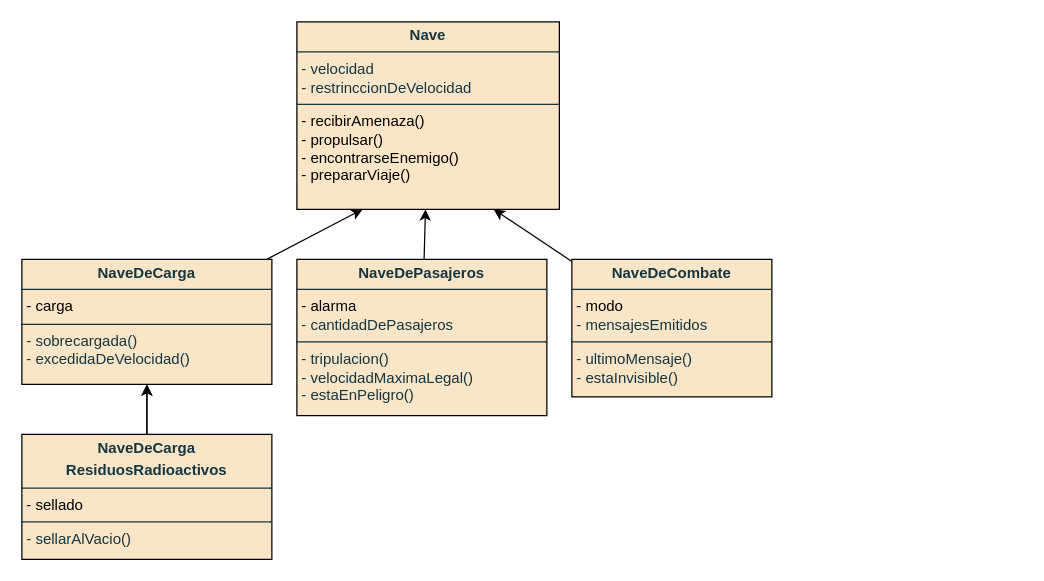
This is naves-espaciales-Erickvicio.drawio from obj1unq/naves-espaciales-Erickvicio, a draw.io file, before an edit. Source tidied: cells renumbered, new cells numbered last; positions are measured from the earlier drawing's top-left corner, leaving out a move shared by most shapes. Both pictures are drawn from the tidied source at 125%, with x=0, y=0 at pixel (21, 21).
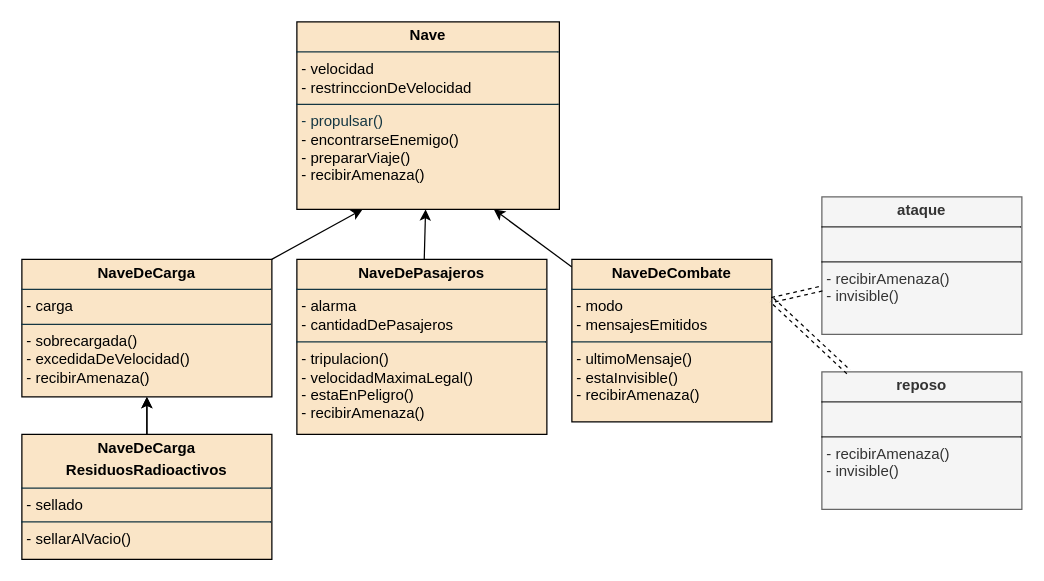
After the change.

Commit message (it also covers changes not shown here):
UML actualizado

Change to the diagram source:
```diff
@@
 <mxGraphModel>
   <root>
     <mxCell id="0" />
     <mxCell id="1" parent="0" />
     <mxCell id="2" style="rounded=0;jettySize=auto;html=1;entryX=0.25;entryY=1;entryDx=0;entryDy=0;strokeColor=#000000;fontColor=#143642;fillColor=#FAE5C7;" parent="1" edge="1" source="3" target="8">
       <mxGeometry relative="1" as="geometry" />
     </mxCell>
-    <mxCell id="3" value="&lt;p style=&quot;margin:0px;margin-top:4px;text-align:center;&quot;&gt;&lt;b&gt;&lt;font face=&quot;Monocraft&quot;&gt;NaveDeCarga&lt;/font&gt;&lt;/b&gt;&lt;/p&gt;&lt;hr size=&quot;1&quot; style=&quot;border-style:solid;&quot;&gt;&lt;p style=&quot;margin:0px;margin-left:4px;&quot;&gt;&lt;span style=&quot;background-color: transparent; color: light-dark(rgb(0, 0, 0), rgb(255, 255, 255));&quot;&gt;&lt;font face=&quot;Monocraft&quot;&gt;- carga&lt;/font&gt;&lt;/span&gt;&lt;/p&gt;&lt;hr size=&quot;1&quot; style=&quot;border-style:solid;&quot;&gt;&lt;p style=&quot;margin:0px;margin-left:4px;&quot;&gt;&lt;font face=&quot;Monocraft&quot;&gt;- sobrecargada()&lt;/font&gt;&lt;/p&gt;&lt;p style=&quot;margin:0px;margin-left:4px;&quot;&gt;&lt;font face=&quot;Monocraft&quot;&gt;- excedidaDeVelocidad()&lt;/font&gt;&lt;/p&gt;" style="verticalAlign=top;align=left;overflow=fill;html=1;whiteSpace=wrap;labelBackgroundColor=none;fillColor=#FAE5C7;strokeColor=#000000;fontColor=#143642;rounded=0;" parent="1" vertex="1">
-      <mxGeometry y="190" width="200" height="100" as="geometry" />
+    <mxCell id="3" value="&lt;p style=&quot;margin:0px;margin-top:4px;text-align:center;&quot;&gt;&lt;b&gt;&lt;font style=&quot;color: rgb(0, 0, 0);&quot; face=&quot;Monocraft&quot;&gt;NaveDeCarga&lt;/font&gt;&lt;/b&gt;&lt;/p&gt;&lt;hr size=&quot;1&quot; style=&quot;border-style:solid;&quot;&gt;&lt;p style=&quot;margin:0px;margin-left:4px;&quot;&gt;&lt;span style=&quot;background-color: transparent;&quot;&gt;&lt;font style=&quot;color: rgb(0, 0, 0);&quot; face=&quot;Monocraft&quot;&gt;- carga&lt;/font&gt;&lt;/span&gt;&lt;/p&gt;&lt;hr size=&quot;1&quot; style=&quot;border-style:solid;&quot;&gt;&lt;p style=&quot;margin:0px;margin-left:4px;&quot;&gt;&lt;font style=&quot;color: rgb(0, 0, 0);&quot; face=&quot;Monocraft&quot;&gt;- sobrecargada()&lt;/font&gt;&lt;/p&gt;&lt;p style=&quot;margin:0px;margin-left:4px;&quot;&gt;&lt;font style=&quot;color: rgb(0, 0, 0);&quot; face=&quot;Monocraft&quot;&gt;- excedidaDeVelocidad()&lt;/font&gt;&lt;/p&gt;&lt;p style=&quot;margin:0px;margin-left:4px;&quot;&gt;&lt;font style=&quot;color: rgb(0, 0, 0);&quot; face=&quot;Monocraft&quot;&gt;&lt;/font&gt;&lt;/p&gt;&lt;p style=&quot;margin: 0px 0px 0px 4px;&quot;&gt;&lt;span style=&quot;background-color: transparent;&quot;&gt;&lt;font style=&quot;color: rgb(0, 0, 0);&quot; face=&quot;Monocraft&quot;&gt;- recibirAmenaza()&lt;/font&gt;&lt;/span&gt;&lt;/p&gt;&lt;div&gt;&lt;span style=&quot;background-color: transparent;&quot;&gt;&lt;font style=&quot;color: rgb(0, 0, 0);&quot; face=&quot;Monocraft&quot;&gt;&lt;br&gt;&lt;/font&gt;&lt;/span&gt;&lt;/div&gt;" style="verticalAlign=top;align=left;overflow=fill;html=1;whiteSpace=wrap;labelBackgroundColor=none;fillColor=#FAE5C7;strokeColor=#000000;fontColor=#143642;rounded=0;" parent="1" vertex="1">
+      <mxGeometry y="190" width="200" height="110" as="geometry" />
     </mxCell>
     <mxCell id="4" style="rounded=0;jettySize=auto;html=1;strokeColor=#000000;fontColor=#143642;fillColor=#FAE5C7;" parent="1" edge="1" source="5" target="8">
       <mxGeometry relative="1" as="geometry" />
     </mxCell>
-    <mxCell id="5" value="&lt;p style=&quot;margin:0px;margin-top:4px;text-align:center;&quot;&gt;&lt;b&gt;&lt;font face=&quot;Monocraft&quot;&gt;NaveDePasajeros&lt;/font&gt;&lt;/b&gt;&lt;/p&gt;&lt;hr size=&quot;1&quot; style=&quot;border-style:solid;&quot;&gt;&lt;p style=&quot;margin:0px;margin-left:4px;&quot;&gt;&lt;span style=&quot;background-color: transparent; color: light-dark(rgb(0, 0, 0), rgb(255, 255, 255));&quot;&gt;&lt;font face=&quot;Monocraft&quot;&gt;- alarma&lt;/font&gt;&lt;/span&gt;&lt;/p&gt;&lt;p style=&quot;margin:0px;margin-left:4px;&quot;&gt;&lt;font face=&quot;Monocraft&quot;&gt;- cantidadDePasajeros&lt;/font&gt;&lt;/p&gt;&lt;hr size=&quot;1&quot; style=&quot;border-style:solid;&quot;&gt;&lt;p style=&quot;margin:0px;margin-left:4px;&quot;&gt;&lt;font face=&quot;Monocraft&quot;&gt;- tripulacion()&lt;/font&gt;&lt;/p&gt;&lt;p style=&quot;margin:0px;margin-left:4px;&quot;&gt;&lt;font face=&quot;Monocraft&quot;&gt;- velocidadMaximaLegal()&lt;/font&gt;&lt;/p&gt;&lt;p style=&quot;margin:0px;margin-left:4px;&quot;&gt;&lt;font face=&quot;Monocraft&quot;&gt;- estaEnPeligro()&lt;/font&gt;&lt;/p&gt;" style="verticalAlign=top;align=left;overflow=fill;html=1;whiteSpace=wrap;labelBackgroundColor=none;fillColor=#FAE5C7;strokeColor=#000000;fontColor=#143642;rounded=0;" parent="1" vertex="1">
-      <mxGeometry x="220" y="190" width="200" height="125" as="geometry" />
+    <mxCell id="5" value="&lt;p style=&quot;margin:0px;margin-top:4px;text-align:center;&quot;&gt;&lt;b&gt;&lt;font style=&quot;color: rgb(0, 0, 0);&quot; face=&quot;Monocraft&quot;&gt;NaveDePasajeros&lt;/font&gt;&lt;/b&gt;&lt;/p&gt;&lt;hr size=&quot;1&quot; style=&quot;border-style:solid;&quot;&gt;&lt;p style=&quot;margin:0px;margin-left:4px;&quot;&gt;&lt;span style=&quot;background-color: transparent;&quot;&gt;&lt;font style=&quot;color: rgb(0, 0, 0);&quot; face=&quot;Monocraft&quot;&gt;- alarma&lt;/font&gt;&lt;/span&gt;&lt;/p&gt;&lt;p style=&quot;margin:0px;margin-left:4px;&quot;&gt;&lt;font style=&quot;color: rgb(0, 0, 0);&quot; face=&quot;Monocraft&quot;&gt;- cantidadDePasajeros&lt;/font&gt;&lt;/p&gt;&lt;hr size=&quot;1&quot; style=&quot;border-style:solid;&quot;&gt;&lt;p style=&quot;margin:0px;margin-left:4px;&quot;&gt;&lt;font style=&quot;color: rgb(0, 0, 0);&quot; face=&quot;Monocraft&quot;&gt;- tripulacion()&lt;/font&gt;&lt;/p&gt;&lt;p style=&quot;margin:0px;margin-left:4px;&quot;&gt;&lt;font style=&quot;color: rgb(0, 0, 0);&quot; face=&quot;Monocraft&quot;&gt;- velocidadMaximaLegal()&lt;/font&gt;&lt;/p&gt;&lt;p style=&quot;margin:0px;margin-left:4px;&quot;&gt;&lt;font style=&quot;color: rgb(0, 0, 0);&quot; face=&quot;Monocraft&quot;&gt;- estaEnPeligro()&lt;/font&gt;&lt;/p&gt;&lt;p style=&quot;margin:0px;margin-left:4px;&quot;&gt;&lt;font style=&quot;color: rgb(0, 0, 0);&quot; face=&quot;Monocraft&quot;&gt;&lt;/font&gt;&lt;/p&gt;&lt;p style=&quot;margin: 0px 0px 0px 4px;&quot;&gt;&lt;span style=&quot;background-color: transparent;&quot;&gt;&lt;font style=&quot;color: rgb(0, 0, 0);&quot; face=&quot;Monocraft&quot;&gt;- recibirAmenaza()&lt;/font&gt;&lt;/span&gt;&lt;/p&gt;&lt;div&gt;&lt;span style=&quot;background-color: transparent;&quot;&gt;&lt;font style=&quot;color: rgb(0, 0, 0);&quot; face=&quot;Monocraft&quot;&gt;&lt;br&gt;&lt;/font&gt;&lt;/span&gt;&lt;/div&gt;" style="verticalAlign=top;align=left;overflow=fill;html=1;whiteSpace=wrap;labelBackgroundColor=none;fillColor=#FAE5C7;strokeColor=#000000;fontColor=#143642;rounded=0;" parent="1" vertex="1">
+      <mxGeometry x="220" y="190" width="200" height="140" as="geometry" />
     </mxCell>
     <mxCell id="6" style="rounded=0;jettySize=auto;html=1;entryX=0.75;entryY=1;entryDx=0;entryDy=0;strokeColor=#000000;fontColor=#143642;fillColor=#FAE5C7;" parent="1" edge="1" source="7" target="8">
       <mxGeometry relative="1" as="geometry" />
     </mxCell>
-    <mxCell id="7" value="&lt;p style=&quot;margin:0px;margin-top:4px;text-align:center;&quot;&gt;&lt;b&gt;&lt;font face=&quot;Monocraft&quot;&gt;NaveDeCombate&lt;/font&gt;&lt;/b&gt;&lt;/p&gt;&lt;hr size=&quot;1&quot; style=&quot;border-style:solid;&quot;&gt;&lt;p style=&quot;margin:0px;margin-left:4px;&quot;&gt;&lt;span style=&quot;background-color: transparent; color: light-dark(rgb(0, 0, 0), rgb(255, 255, 255));&quot;&gt;&lt;font face=&quot;Monocraft&quot;&gt;- modo&lt;/font&gt;&lt;/span&gt;&lt;/p&gt;&lt;p style=&quot;margin:0px;margin-left:4px;&quot;&gt;&lt;font face=&quot;Monocraft&quot;&gt;- mensajesEmitidos&lt;/font&gt;&lt;/p&gt;&lt;hr size=&quot;1&quot; style=&quot;border-style:solid;&quot;&gt;&lt;p style=&quot;margin:0px;margin-left:4px;&quot;&gt;&lt;font face=&quot;Monocraft&quot;&gt;- ultimoMensaje()&lt;/font&gt;&lt;/p&gt;&lt;p style=&quot;margin:0px;margin-left:4px;&quot;&gt;&lt;font face=&quot;Monocraft&quot;&gt;- estaInvisible()&lt;/font&gt;&lt;/p&gt;" style="verticalAlign=top;align=left;overflow=fill;html=1;whiteSpace=wrap;labelBackgroundColor=none;fillColor=#FAE5C7;strokeColor=#000000;fontColor=#143642;rounded=0;gradientColor=none;" parent="1" vertex="1">
-      <mxGeometry x="440" y="190" width="160" height="110" as="geometry" />
+    <mxCell id="7" value="&lt;p style=&quot;margin:0px;margin-top:4px;text-align:center;&quot;&gt;&lt;b&gt;&lt;font style=&quot;color: rgb(0, 0, 0);&quot; face=&quot;Monocraft&quot;&gt;NaveDeCombate&lt;/font&gt;&lt;/b&gt;&lt;/p&gt;&lt;hr size=&quot;1&quot; style=&quot;border-style:solid;&quot;&gt;&lt;p style=&quot;margin:0px;margin-left:4px;&quot;&gt;&lt;span style=&quot;background-color: transparent;&quot;&gt;&lt;font style=&quot;color: rgb(0, 0, 0);&quot; face=&quot;Monocraft&quot;&gt;- modo&lt;/font&gt;&lt;/span&gt;&lt;/p&gt;&lt;p style=&quot;margin:0px;margin-left:4px;&quot;&gt;&lt;font style=&quot;color: rgb(0, 0, 0);&quot; face=&quot;Monocraft&quot;&gt;- mensajesEmitidos&lt;/font&gt;&lt;/p&gt;&lt;hr size=&quot;1&quot; style=&quot;border-style:solid;&quot;&gt;&lt;p style=&quot;margin:0px;margin-left:4px;&quot;&gt;&lt;font style=&quot;color: rgb(0, 0, 0);&quot; face=&quot;Monocraft&quot;&gt;- ultimoMensaje()&lt;/font&gt;&lt;/p&gt;&lt;p style=&quot;margin:0px;margin-left:4px;&quot;&gt;&lt;font style=&quot;color: rgb(0, 0, 0);&quot; face=&quot;Monocraft&quot;&gt;- estaInvisible()&lt;/font&gt;&lt;/p&gt;&lt;p style=&quot;margin:0px;margin-left:4px;&quot;&gt;&lt;font style=&quot;color: rgb(0, 0, 0);&quot; face=&quot;Monocraft&quot;&gt;&lt;/font&gt;&lt;/p&gt;&lt;p style=&quot;margin: 0px 0px 0px 4px;&quot;&gt;&lt;span style=&quot;background-color: transparent;&quot;&gt;&lt;font style=&quot;color: rgb(0, 0, 0);&quot; face=&quot;Monocraft&quot;&gt;- recibirAmenaza()&lt;/font&gt;&lt;/span&gt;&lt;/p&gt;&lt;div&gt;&lt;span style=&quot;background-color: transparent;&quot;&gt;&lt;font style=&quot;color: rgb(0, 0, 0);&quot; face=&quot;Monocraft&quot;&gt;&lt;br&gt;&lt;/font&gt;&lt;/span&gt;&lt;/div&gt;" style="verticalAlign=top;align=left;overflow=fill;html=1;whiteSpace=wrap;labelBackgroundColor=none;fillColor=#FAE5C7;strokeColor=#000000;fontColor=#143642;rounded=0;gradientColor=none;" parent="1" vertex="1">
+      <mxGeometry x="440" y="190" width="160" height="130" as="geometry" />
     </mxCell>
-    <mxCell id="8" value="&lt;p style=&quot;margin:0px;margin-top:4px;text-align:center;&quot;&gt;&lt;b&gt;&lt;font face=&quot;Monocraft&quot;&gt;Nave&lt;/font&gt;&lt;/b&gt;&lt;/p&gt;&lt;hr size=&quot;1&quot; style=&quot;border-style:solid;&quot;&gt;&lt;p style=&quot;margin:0px;margin-left:4px;&quot;&gt;&lt;font face=&quot;Monocraft&quot;&gt;- velocidad&lt;/font&gt;&lt;/p&gt;&lt;p style=&quot;margin:0px;margin-left:4px;&quot;&gt;&lt;font face=&quot;Monocraft&quot;&gt;- restrinccionDeVelocidad&lt;/font&gt;&lt;/p&gt;&lt;hr size=&quot;1&quot; style=&quot;border-style:solid;&quot;&gt;&lt;p style=&quot;margin:0px;margin-left:4px;&quot;&gt;&lt;span style=&quot;background-color: transparent; color: light-dark(rgb(0, 0, 0), rgb(255, 255, 255));&quot;&gt;&lt;font face=&quot;Monocraft&quot;&gt;- recibirAmenaza()&lt;/font&gt;&lt;/span&gt;&lt;/p&gt;&lt;p style=&quot;margin:0px;margin-left:4px;&quot;&gt;&lt;span style=&quot;background-color: transparent; color: light-dark(rgb(0, 0, 0), rgb(255, 255, 255));&quot;&gt;&lt;font face=&quot;Monocraft&quot;&gt;- propulsar()&lt;/font&gt;&lt;/span&gt;&lt;/p&gt;&lt;p style=&quot;margin:0px;margin-left:4px;&quot;&gt;&lt;span style=&quot;background-color: transparent; color: light-dark(rgb(0, 0, 0), rgb(255, 255, 255));&quot;&gt;&lt;font face=&quot;Monocraft&quot;&gt;- encontrarseEnemigo()&lt;/font&gt;&lt;/span&gt;&lt;/p&gt;&lt;p style=&quot;margin:0px;margin-left:4px;&quot;&gt;&lt;font face=&quot;Monocraft&quot; color=&quot;#000000&quot;&gt;- prepararViaje()&lt;/font&gt;&lt;/p&gt;" style="verticalAlign=top;align=left;overflow=fill;html=1;whiteSpace=wrap;labelBackgroundColor=none;fillColor=#FAE5C7;strokeColor=#000000;fontColor=#143642;rounded=0;" parent="1" vertex="1">
+    <mxCell id="8" value="&lt;p style=&quot;margin:0px;margin-top:4px;text-align:center;&quot;&gt;&lt;b&gt;&lt;font style=&quot;color: rgb(0, 0, 0);&quot; face=&quot;Monocraft&quot;&gt;Nave&lt;/font&gt;&lt;/b&gt;&lt;/p&gt;&lt;hr size=&quot;1&quot; style=&quot;border-style:solid;&quot;&gt;&lt;p style=&quot;margin:0px;margin-left:4px;&quot;&gt;&lt;font style=&quot;color: rgb(0, 0, 0);&quot; face=&quot;Monocraft&quot;&gt;- velocidad&lt;/font&gt;&lt;/p&gt;&lt;p style=&quot;margin:0px;margin-left:4px;&quot;&gt;&lt;font style=&quot;color: rgb(0, 0, 0);&quot; face=&quot;Monocraft&quot;&gt;- restrinccionDeVelocidad&lt;/font&gt;&lt;/p&gt;&lt;hr size=&quot;1&quot; style=&quot;border-style:solid;&quot;&gt;&lt;p style=&quot;margin:0px;margin-left:4px;&quot;&gt;&lt;span style=&quot;font-family: Monocraft; background-color: transparent;&quot;&gt;- propulsar()&lt;/span&gt;&lt;/p&gt;&lt;p style=&quot;margin:0px;margin-left:4px;&quot;&gt;&lt;span style=&quot;background-color: transparent;&quot;&gt;&lt;font style=&quot;color: rgb(0, 0, 0);&quot; face=&quot;Monocraft&quot;&gt;- encontrarseEnemigo()&lt;/font&gt;&lt;/span&gt;&lt;/p&gt;&lt;p style=&quot;margin:0px;margin-left:4px;&quot;&gt;&lt;font style=&quot;color: rgb(0, 0, 0);&quot; face=&quot;Monocraft&quot;&gt;- prepararViaje()&lt;/font&gt;&lt;/p&gt;&lt;p style=&quot;margin:0px;margin-left:4px;&quot;&gt;&lt;font style=&quot;color: rgb(0, 0, 0);&quot; face=&quot;Monocraft&quot;&gt;- recibirAmenaza()&lt;/font&gt;&lt;/p&gt;" style="verticalAlign=top;align=left;overflow=fill;html=1;whiteSpace=wrap;labelBackgroundColor=none;fillColor=#FAE5C7;strokeColor=#000000;fontColor=#143642;rounded=0;" parent="1" vertex="1">
       <mxGeometry x="220" width="210" height="150" as="geometry" />
     </mxCell>
     <mxCell id="9" style="edgeStyle=orthogonalEdgeStyle;rounded=0;jettySize=auto;html=1;strokeColor=#000000;fontColor=#143642;fillColor=#FAE5C7;" parent="1" edge="1" source="11" target="3">
       <mxGeometry relative="1" as="geometry" />
     </mxCell>
     <mxCell id="10" style="edgeStyle=orthogonalEdgeStyle;rounded=0;jettySize=auto;html=1;strokeColor=#000000;fontColor=#143642;fillColor=#FAE5C7;" parent="1" edge="1" source="11" target="3">
       <mxGeometry relative="1" as="geometry" />
     </mxCell>
-    <mxCell id="11" value="&lt;p style=&quot;margin:0px;margin-top:4px;text-align:center;&quot;&gt;&lt;b&gt;&lt;font face=&quot;Monocraft&quot;&gt;NaveDeCarga&lt;/font&gt;&lt;/b&gt;&lt;/p&gt;&lt;p style=&quot;margin:0px;margin-top:4px;text-align:center;&quot;&gt;&lt;b&gt;&lt;font face=&quot;Monocraft&quot;&gt;ResiduosRadioactivos&lt;/font&gt;&lt;/b&gt;&lt;/p&gt;&lt;hr size=&quot;1&quot; style=&quot;border-style:solid;&quot;&gt;&lt;p style=&quot;margin:0px;margin-left:4px;&quot;&gt;&lt;span style=&quot;background-color: transparent; color: light-dark(rgb(0, 0, 0), rgb(255, 255, 255));&quot;&gt;&lt;font face=&quot;Monocraft&quot;&gt;- sellado&lt;/font&gt;&lt;/span&gt;&lt;/p&gt;&lt;hr size=&quot;1&quot; style=&quot;border-style:solid;&quot;&gt;&lt;p style=&quot;margin:0px;margin-left:4px;&quot;&gt;&lt;font face=&quot;Monocraft&quot;&gt;- sellarAlVacio()&lt;/font&gt;&lt;/p&gt;" style="verticalAlign=top;align=left;overflow=fill;html=1;whiteSpace=wrap;labelBackgroundColor=none;fillColor=#FAE5C7;strokeColor=#000000;fontColor=#143642;rounded=0;" parent="1" vertex="1">
+    <mxCell id="11" value="&lt;p style=&quot;margin:0px;margin-top:4px;text-align:center;&quot;&gt;&lt;b&gt;&lt;font style=&quot;color: rgb(0, 0, 0);&quot; face=&quot;Monocraft&quot;&gt;NaveDeCarga&lt;/font&gt;&lt;/b&gt;&lt;/p&gt;&lt;p style=&quot;margin:0px;margin-top:4px;text-align:center;&quot;&gt;&lt;b&gt;&lt;font style=&quot;color: rgb(0, 0, 0);&quot; face=&quot;Monocraft&quot;&gt;ResiduosRadioactivos&lt;/font&gt;&lt;/b&gt;&lt;/p&gt;&lt;hr size=&quot;1&quot; style=&quot;border-style:solid;&quot;&gt;&lt;p style=&quot;margin:0px;margin-left:4px;&quot;&gt;&lt;span style=&quot;background-color: transparent;&quot;&gt;&lt;font style=&quot;color: rgb(0, 0, 0);&quot; face=&quot;Monocraft&quot;&gt;- sellado&lt;/font&gt;&lt;/span&gt;&lt;/p&gt;&lt;hr size=&quot;1&quot; style=&quot;border-style:solid;&quot;&gt;&lt;p style=&quot;margin:0px;margin-left:4px;&quot;&gt;&lt;font style=&quot;color: rgb(0, 0, 0);&quot; face=&quot;Monocraft&quot;&gt;- sellarAlVacio()&lt;/font&gt;&lt;/p&gt;" style="verticalAlign=top;align=left;overflow=fill;html=1;whiteSpace=wrap;labelBackgroundColor=none;fillColor=#FAE5C7;strokeColor=#000000;fontColor=#143642;rounded=0;" parent="1" vertex="1">
       <mxGeometry y="330" width="200" height="100" as="geometry" />
     </mxCell>
+    <mxCell id="12" value="&lt;p style=&quot;margin:0px;margin-top:4px;text-align:center;&quot;&gt;&lt;font face=&quot;Monocraft&quot;&gt;&lt;b&gt;reposo&lt;/b&gt;&lt;/font&gt;&lt;/p&gt;&lt;hr size=&quot;1&quot; style=&quot;border-style:solid;&quot;&gt;&lt;p style=&quot;margin:0px;margin-left:4px;&quot;&gt;&lt;br&gt;&lt;/p&gt;&lt;hr size=&quot;1&quot; style=&quot;border-style:solid;&quot;&gt;&lt;p style=&quot;margin:0px;margin-left:4px;&quot;&gt;&lt;font face=&quot;Monocraft&quot;&gt;- recibirAmenaza()&lt;/font&gt;&lt;/p&gt;&lt;p style=&quot;margin:0px;margin-left:4px;&quot;&gt;&lt;font face=&quot;Monocraft&quot;&gt;- invisible()&lt;/font&gt;&lt;/p&gt;" style="verticalAlign=top;align=left;overflow=fill;html=1;whiteSpace=wrap;labelBackgroundColor=none;fillColor=#f5f5f5;strokeColor=#666666;fontColor=#333333;rounded=0;" parent="1" vertex="1">
+      <mxGeometry x="640" y="280" width="160" height="110" as="geometry" />
+    </mxCell>
+    <mxCell id="13" value="&lt;p style=&quot;margin:0px;margin-top:4px;text-align:center;&quot;&gt;&lt;font face=&quot;Monocraft&quot;&gt;&lt;b&gt;ataque&lt;/b&gt;&lt;/font&gt;&lt;/p&gt;&lt;hr size=&quot;1&quot; style=&quot;border-style:solid;&quot;&gt;&lt;p style=&quot;margin:0px;margin-left:4px;&quot;&gt;&lt;br&gt;&lt;/p&gt;&lt;hr size=&quot;1&quot; style=&quot;border-style:solid;&quot;&gt;&lt;p style=&quot;margin:0px;margin-left:4px;&quot;&gt;&lt;font face=&quot;Monocraft&quot;&gt;- recibirAmenaza()&lt;/font&gt;&lt;/p&gt;&lt;p style=&quot;margin:0px;margin-left:4px;&quot;&gt;&lt;font face=&quot;Monocraft&quot;&gt;- invisible()&lt;/font&gt;&lt;/p&gt;" style="verticalAlign=top;align=left;overflow=fill;html=1;whiteSpace=wrap;labelBackgroundColor=none;fillColor=#f5f5f5;strokeColor=#666666;fontColor=#333333;rounded=0;" parent="1" vertex="1">
+      <mxGeometry x="640" y="140" width="160" height="110" as="geometry" />
+    </mxCell>
+    <mxCell id="14" style="html=1;entryX=1;entryY=0.25;entryDx=0;entryDy=0;dashed=1;shape=link;" parent="1" edge="1" source="13" target="7">
+      <mxGeometry relative="1" as="geometry" />
+    </mxCell>
+    <mxCell id="15" style="html=1;entryX=1;entryY=0.25;entryDx=0;entryDy=0;dashed=1;shape=link;" parent="1" edge="1" source="12" target="7">
+      <mxGeometry relative="1" as="geometry" />
+    </mxCell>
   </root>
 </mxGraphModel>
```
